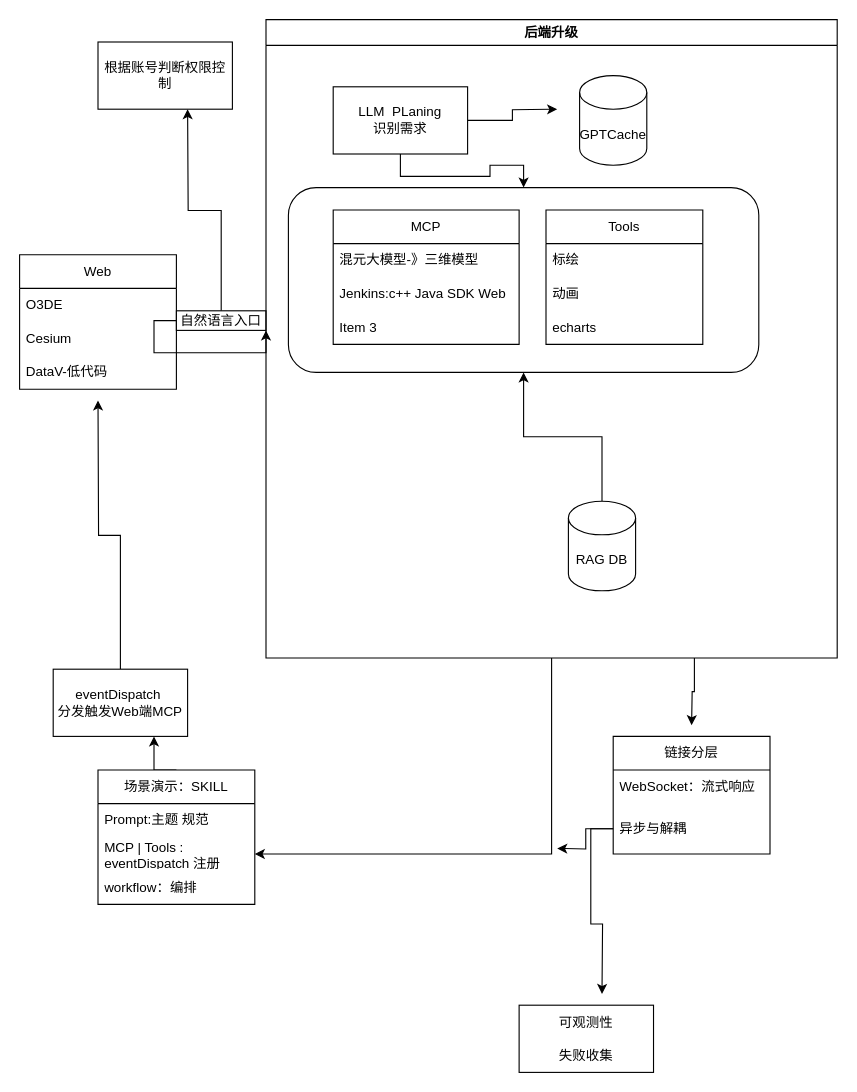
The draw.io diagram Web端项目AI升级通用架构图.drawio in atrulekeep/draw, before the edit. Source tidied: cells renumbered, new cells numbered last; positions are measured from the earlier drawing's top-left corner, leaving out a move shared by most shapes. Both pictures are drawn from the tidied source at 112%, with x=0, y=0 at pixel (19, 19).
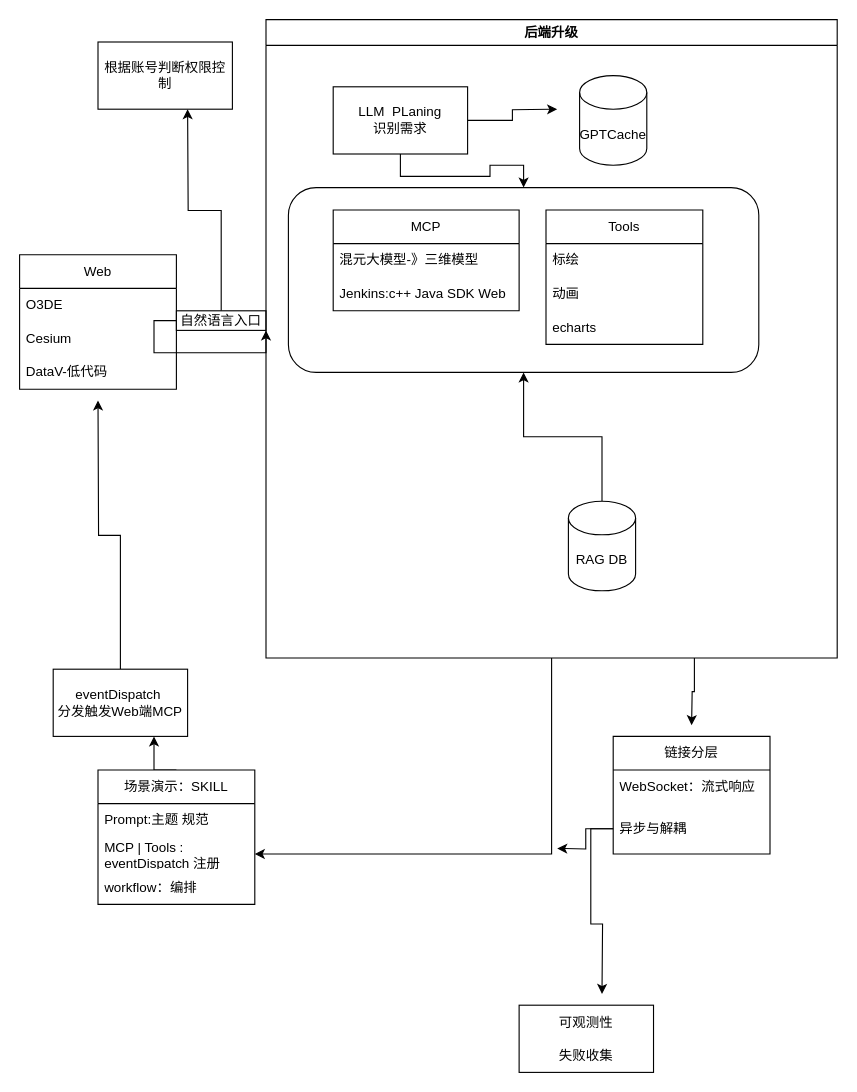
The same page after the edit.

Commit message:
更新Web端项目AI升级通用架构图.drawio

Unchanged cells that the change refers to:
```xml
<mxCell id="17" value="后端升级" style="swimlane;whiteSpace=wrap;html=1;" parent="1" vertex="1">
  <mxGeometry x="220" width="510" height="570" as="geometry" />
</mxCell>
```

The edit, as a diff of the source:
```diff
@@
     <mxCell id="22" value="MCP" style="swimlane;fontStyle=0;horizontal=1;startSize=30;whiteSpace=wrap;html=1;" parent="17" vertex="1">
-      <mxGeometry x="60" y="170" width="166" height="120" as="geometry" />
+      <mxGeometry x="60" y="170" width="166" height="90" as="geometry" />
     </mxCell>
@@
-    <mxCell id="25" value="Item 3" style="text;strokeColor=none;fillColor=none;align=left;verticalAlign=middle;spacingLeft=4;spacingRight=4;overflow=hidden;whiteSpace=wrap;html=1;" parent="22" vertex="1">
-      <mxGeometry y="90" width="166" height="30" as="geometry" />
-    </mxCell>
```
